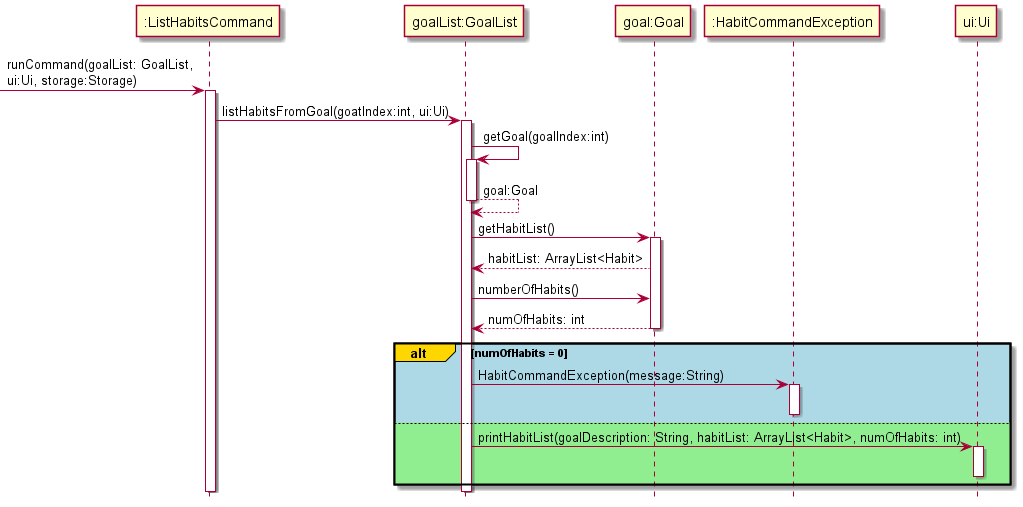
The PlantUML diagram docs/Diagram Images/ListHabitsCommandSequenceDiagram.png in nus-cs2113-AY2122S1/tp, before a commit.
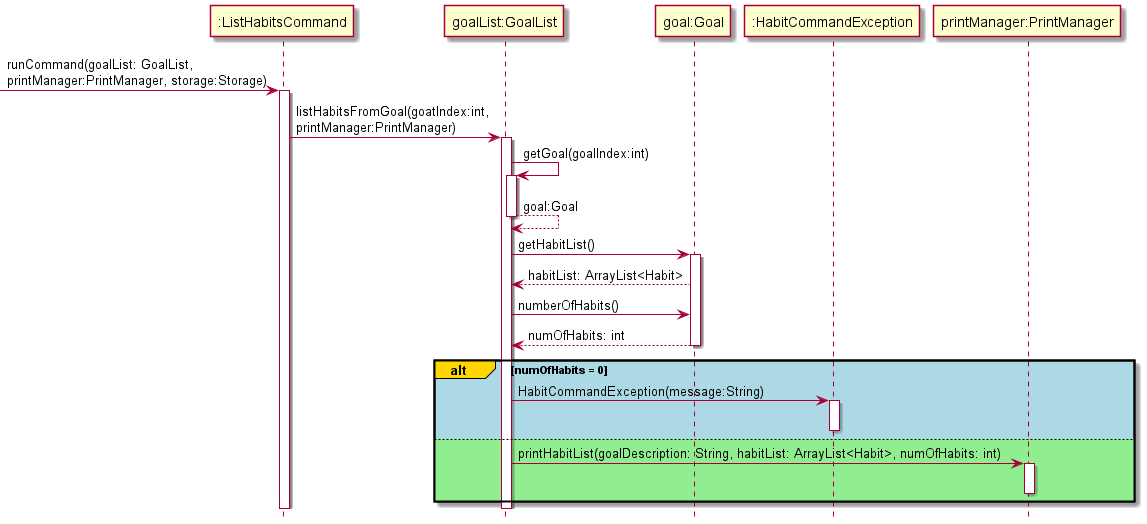
After the change.

The edit, as a diff of the source:
```diff
@@ -1,10 +1,10 @@
 @startuml
-hide footbox
+!include Style.puml
 
--> ":ListHabitsCommand": runCommand(goalList: GoalList,\nui:Ui, storage:Storage)
+-> ":ListHabitsCommand": runCommand(goalList: GoalList,\nprintManager:PrintManager, storage:Storage)
 activate ":ListHabitsCommand"
 
-":ListHabitsCommand" -> "goalList:GoalList" :listHabitsFromGoal(goatIndex:int, ui:Ui)
+":ListHabitsCommand" -> "goalList:GoalList" :listHabitsFromGoal(goatIndex:int,\nprintManager:PrintManager)
 activate "goalList:GoalList"
 "goalList:GoalList" -> "goalList:GoalList" :getGoal(goalIndex:int)
 activate "goalList:GoalList"
@@ -23,9 +23,9 @@
     activate ":HabitCommandException"
     deactivate ":HabitCommandException"
 else #lightgreen
-    "goalList:GoalList" -> "ui:Ui": printHabitList(goalDescription: String, habitList: ArrayList<Habit>, numOfHabits: int)
-    activate "ui:Ui"
-    deactivate "ui:Ui"
+    "goalList:GoalList" -> "printManager:PrintManager": printHabitList(goalDescription: String, habitList: ArrayList<Habit>, numOfHabits: int)
+    activate "printManager:PrintManager"
+    deactivate "printManager:PrintManager"
 end
 
 deactivate "goalList:GoalList"
```
